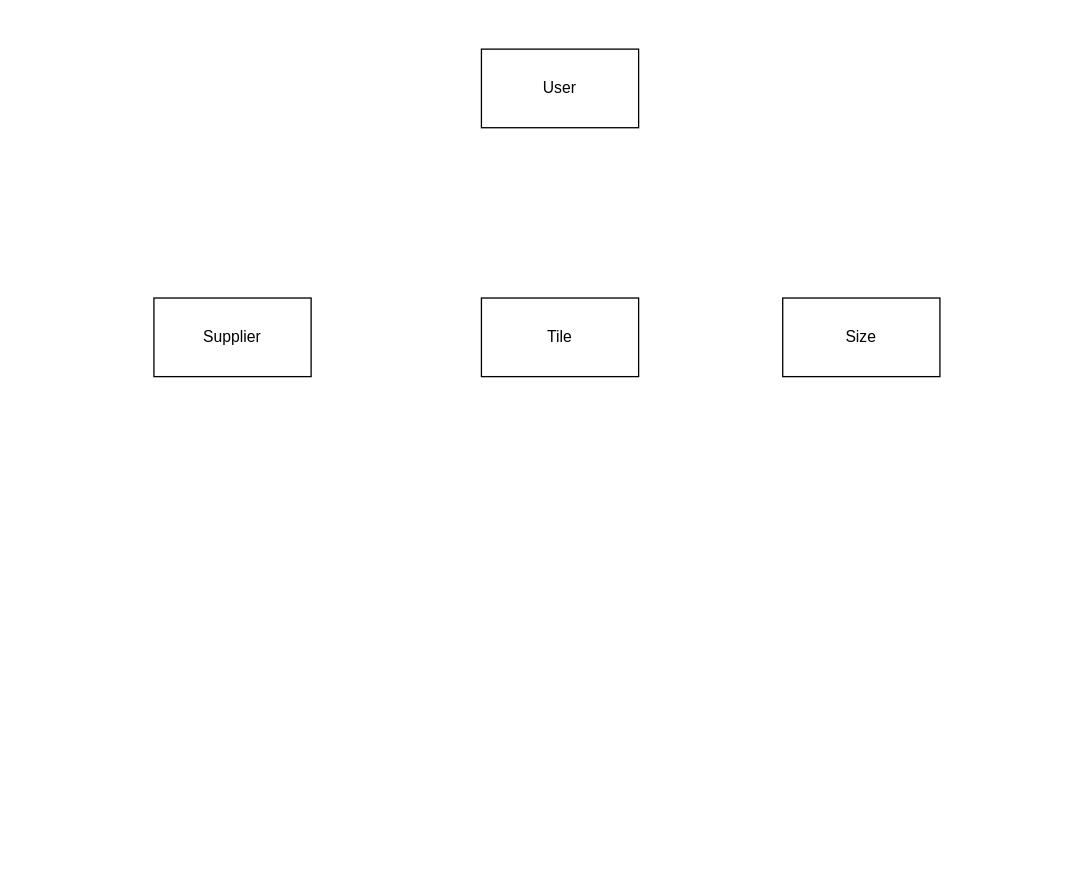
Above: page "ERD" (2 of 2) of docs/dodor-app-diagrams.drawio in HoussemDodor/dodor-app (draw.io), before the change. Source tidied: cells renumbered, new cells numbered last; positions are measured from the earlier drawing's top-left corner, leaving out a move shared by most shapes. Both pictures are drawn from the tidied source at 131%, with x=0, y=0 at pixel (153, 48).
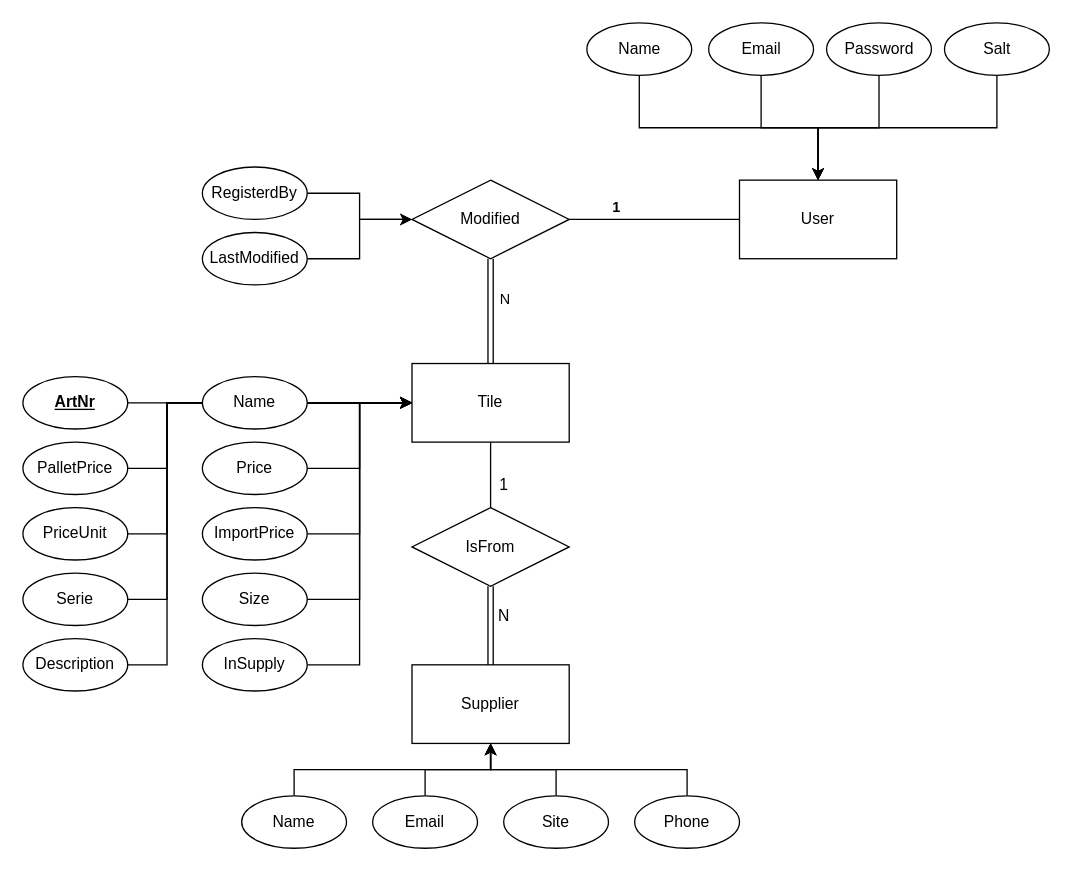
Above is the later version.

Diff of the diagram source:
```diff
@@
+    <mxCell id="6" style="edgeStyle=orthogonalEdgeStyle;rounded=0;jettySize=auto;html=1;exitX=1;exitY=0.5;exitDx=0;exitDy=0;entryX=0;entryY=0.5;entryDx=0;entryDy=0;" parent="1" edge="1" source="42" target="4">
+      <mxGeometry relative="1" as="geometry">
+        <Array as="points">
+          <mxPoint x="10" y="420" />
+          <mxPoint x="10" y="270" />
+        </Array>
+      </mxGeometry>
+    </mxCell>
+    <mxCell id="7" style="edgeStyle=orthogonalEdgeStyle;rounded=0;jettySize=auto;html=1;exitX=1;exitY=0.5;exitDx=0;exitDy=0;entryX=0;entryY=0.5;entryDx=0;entryDy=0;" parent="1" edge="1" source="43" target="4">
+      <mxGeometry relative="1" as="geometry">
+        <Array as="points">
+          <mxPoint x="10" y="470" />
+          <mxPoint x="10" y="270" />
+        </Array>
+      </mxGeometry>
+    </mxCell>
+    <mxCell id="8" style="edgeStyle=orthogonalEdgeStyle;rounded=0;jettySize=auto;html=1;exitX=1;exitY=0.5;exitDx=0;exitDy=0;" parent="1" edge="1" source="44" target="4">
+      <mxGeometry relative="1" as="geometry" />
+    </mxCell>
+    <mxCell id="9" style="edgeStyle=orthogonalEdgeStyle;rounded=0;jettySize=auto;html=1;exitX=1;exitY=0.5;exitDx=0;exitDy=0;" parent="1" edge="1" source="45" target="4">
+      <mxGeometry relative="1" as="geometry">
+        <Array as="points">
+          <mxPoint x="10" y="320" />
+          <mxPoint x="10" y="270" />
+        </Array>
+      </mxGeometry>
+    </mxCell>
+    <mxCell id="10" style="edgeStyle=orthogonalEdgeStyle;rounded=0;jettySize=auto;html=1;exitX=1;exitY=0.5;exitDx=0;exitDy=0;entryX=0;entryY=0.5;entryDx=0;entryDy=0;" parent="1" edge="1" source="46" target="4">
+      <mxGeometry relative="1" as="geometry">
+        <Array as="points">
+          <mxPoint x="10" y="370" />
+          <mxPoint x="10" y="270" />
+        </Array>
+      </mxGeometry>
+    </mxCell>
     <mxCell id="2" value="User" style="rounded=0;whiteSpace=wrap;html=1;" parent="1" vertex="1">
-      <mxGeometry x="250" width="120" height="60" as="geometry" />
+      <mxGeometry x="447" y="100" width="120" height="60" as="geometry" />
     </mxCell>
     <mxCell id="3" value="Supplier" style="rounded=0;whiteSpace=wrap;html=1;" parent="1" vertex="1">
-      <mxGeometry y="190" width="120" height="60" as="geometry" />
+      <mxGeometry x="197" y="470" width="120" height="60" as="geometry" />
     </mxCell>
     <mxCell id="4" value="Tile" style="rounded=0;whiteSpace=wrap;html=1;" parent="1" vertex="1">
-      <mxGeometry x="250" y="190" width="120" height="60" as="geometry" />
+      <mxGeometry x="197" y="240" width="120" height="60" as="geometry" />
     </mxCell>
+    <mxCell id="11" style="edgeStyle=orthogonalEdgeStyle;rounded=0;jettySize=auto;html=1;exitX=1;exitY=0.5;exitDx=0;exitDy=0;" parent="1" edge="1" source="12" target="4">
+      <mxGeometry relative="1" as="geometry" />
+    </mxCell>
+    <mxCell id="12" value="Name" style="ellipse;whiteSpace=wrap;html=1;" parent="1" vertex="1">
+      <mxGeometry x="37" y="250" width="80" height="40" as="geometry" />
+    </mxCell>
+    <mxCell id="13" style="edgeStyle=orthogonalEdgeStyle;rounded=0;jettySize=auto;html=1;exitX=1;exitY=0.5;exitDx=0;exitDy=0;entryX=0;entryY=0.5;entryDx=0;entryDy=0;" parent="1" edge="1" source="14" target="4">
+      <mxGeometry relative="1" as="geometry" />
+    </mxCell>
+    <mxCell id="14" value="Price" style="ellipse;whiteSpace=wrap;html=1;" parent="1" vertex="1">
+      <mxGeometry x="37" y="300" width="80" height="40" as="geometry" />
+    </mxCell>
+    <mxCell id="15" style="edgeStyle=orthogonalEdgeStyle;rounded=0;jettySize=auto;html=1;exitX=1;exitY=0.5;exitDx=0;exitDy=0;entryX=0;entryY=0.5;entryDx=0;entryDy=0;" parent="1" edge="1" source="16" target="4">
+      <mxGeometry relative="1" as="geometry" />
+    </mxCell>
+    <mxCell id="16" value="ImportPrice" style="ellipse;whiteSpace=wrap;html=1;" parent="1" vertex="1">
+      <mxGeometry x="37" y="350" width="80" height="40" as="geometry" />
+    </mxCell>
+    <mxCell id="17" style="edgeStyle=orthogonalEdgeStyle;rounded=0;jettySize=auto;html=1;exitX=1;exitY=0.5;exitDx=0;exitDy=0;entryX=0;entryY=0.5;entryDx=0;entryDy=0;" parent="1" edge="1" source="5" target="4">
+      <mxGeometry relative="1" as="geometry" />
+    </mxCell>
-    <mxCell id="5" value="Size" style="rounded=0;whiteSpace=wrap;html=1;" parent="1" vertex="1">
-      <mxGeometry x="480" y="190" width="120" height="60" as="geometry" />
+    <mxCell id="5" value="Size" style="ellipse;whiteSpace=wrap;html=1;" parent="1" vertex="1">
+      <mxGeometry x="37" y="400" width="80" height="40" as="geometry" />
     </mxCell>
+    <mxCell id="18" style="edgeStyle=orthogonalEdgeStyle;rounded=0;jettySize=auto;html=1;exitX=1;exitY=0.5;exitDx=0;exitDy=0;entryX=0;entryY=0.5;entryDx=0;entryDy=0;" parent="1" edge="1" source="19" target="4">
+      <mxGeometry relative="1" as="geometry" />
+    </mxCell>
+    <mxCell id="19" value="InSupply" style="ellipse;whiteSpace=wrap;html=1;" parent="1" vertex="1">
+      <mxGeometry x="37" y="450" width="80" height="40" as="geometry" />
+    </mxCell>
+    <mxCell id="20" style="edgeStyle=orthogonalEdgeStyle;rounded=0;jettySize=auto;html=1;exitX=0.5;exitY=1;exitDx=0;exitDy=0;entryX=0.5;entryY=0;entryDx=0;entryDy=0;endArrow=none;endFill=0;shape=link;fontStyle=1;" parent="1" edge="1" source="22" target="4">
+      <mxGeometry relative="1" as="geometry" />
+    </mxCell>
+    <mxCell id="21" value="N" style="edgeLabel;html=1;align=center;verticalAlign=middle;" parent="20" vertex="1">
+      <mxGeometry x="-0.15" y="4" relative="1" as="geometry">
+        <mxPoint x="6" y="-4" as="offset" />
+      </mxGeometry>
+    </mxCell>
+    <mxCell id="22" value="Modified" style="rhombus;whiteSpace=wrap;html=1;" parent="1" vertex="1">
+      <mxGeometry x="197" y="100" width="120" height="60" as="geometry" />
+    </mxCell>
+    <mxCell id="23" style="edgeStyle=orthogonalEdgeStyle;rounded=0;jettySize=auto;html=1;exitX=1;exitY=0.5;exitDx=0;exitDy=0;entryX=0;entryY=0.5;entryDx=0;entryDy=0;" parent="1" edge="1" source="24" target="22">
+      <mxGeometry relative="1" as="geometry" />
+    </mxCell>
+    <mxCell id="24" value="RegisterdBy" style="ellipse;whiteSpace=wrap;html=1;" parent="1" vertex="1">
+      <mxGeometry x="37" y="90" width="80" height="40" as="geometry" />
+    </mxCell>
+    <mxCell id="25" style="edgeStyle=orthogonalEdgeStyle;rounded=0;jettySize=auto;html=1;exitX=1;exitY=0.5;exitDx=0;exitDy=0;entryX=0;entryY=0.5;entryDx=0;entryDy=0;" parent="1" edge="1" source="26" target="22">
+      <mxGeometry relative="1" as="geometry" />
+    </mxCell>
+    <mxCell id="26" value="LastModified" style="ellipse;whiteSpace=wrap;html=1;" parent="1" vertex="1">
+      <mxGeometry x="37" y="140" width="80" height="40" as="geometry" />
+    </mxCell>
+    <mxCell id="27" style="edgeStyle=orthogonalEdgeStyle;rounded=0;jettySize=auto;html=1;exitX=0;exitY=0.5;exitDx=0;exitDy=0;entryX=1;entryY=0.5;entryDx=0;entryDy=0;endArrow=none;endFill=0;" parent="1" edge="1" source="2" target="22">
+      <mxGeometry relative="1" as="geometry" />
+    </mxCell>
+    <mxCell id="28" value="&lt;b&gt;1&lt;/b&gt;" style="edgeLabel;html=1;align=center;verticalAlign=middle;" parent="1" vertex="1">
+      <mxGeometry x="267" y="200" as="geometry">
+        <mxPoint x="85" y="-80" as="offset" />
+      </mxGeometry>
+    </mxCell>
+    <mxCell id="29" style="edgeStyle=orthogonalEdgeStyle;rounded=0;jettySize=auto;html=1;exitX=0.5;exitY=0;exitDx=0;exitDy=0;entryX=0.5;entryY=1;entryDx=0;entryDy=0;" parent="1" edge="1" source="30" target="3">
+      <mxGeometry relative="1" as="geometry" />
+    </mxCell>
+    <mxCell id="30" value="Name" style="ellipse;whiteSpace=wrap;html=1;" parent="1" vertex="1">
+      <mxGeometry x="67" y="570" width="80" height="40" as="geometry" />
+    </mxCell>
+    <mxCell id="31" style="edgeStyle=orthogonalEdgeStyle;rounded=0;jettySize=auto;html=1;exitX=0.5;exitY=0;exitDx=0;exitDy=0;" parent="1" edge="1" source="32" target="3">
+      <mxGeometry relative="1" as="geometry" />
+    </mxCell>
+    <mxCell id="32" value="Email" style="ellipse;whiteSpace=wrap;html=1;" parent="1" vertex="1">
+      <mxGeometry x="167" y="570" width="80" height="40" as="geometry" />
+    </mxCell>
+    <mxCell id="33" style="edgeStyle=orthogonalEdgeStyle;rounded=0;jettySize=auto;html=1;exitX=0.5;exitY=0;exitDx=0;exitDy=0;" parent="1" edge="1" source="34" target="3">
+      <mxGeometry relative="1" as="geometry" />
+    </mxCell>
+    <mxCell id="34" value="Site" style="ellipse;whiteSpace=wrap;html=1;" parent="1" vertex="1">
+      <mxGeometry x="267" y="570" width="80" height="40" as="geometry" />
+    </mxCell>
+    <mxCell id="35" style="edgeStyle=orthogonalEdgeStyle;rounded=0;jettySize=auto;html=1;exitX=0.5;exitY=0;exitDx=0;exitDy=0;" parent="1" edge="1" source="36" target="3">
+      <mxGeometry relative="1" as="geometry" />
+    </mxCell>
+    <mxCell id="36" value="Phone" style="ellipse;whiteSpace=wrap;html=1;" parent="1" vertex="1">
+      <mxGeometry x="367" y="570" width="80" height="40" as="geometry" />
+    </mxCell>
+    <mxCell id="37" style="edgeStyle=orthogonalEdgeStyle;rounded=0;jettySize=auto;html=1;exitX=0.5;exitY=0;exitDx=0;exitDy=0;endArrow=none;endFill=0;" parent="1" edge="1" source="39" target="4">
+      <mxGeometry relative="1" as="geometry" />
+    </mxCell>
+    <mxCell id="38" style="edgeStyle=orthogonalEdgeStyle;rounded=0;jettySize=auto;html=1;exitX=0.5;exitY=1;exitDx=0;exitDy=0;shape=link;" parent="1" edge="1" source="39" target="3">
+      <mxGeometry relative="1" as="geometry" />
+    </mxCell>
+    <mxCell id="39" value="IsFrom" style="rhombus;whiteSpace=wrap;html=1;" parent="1" vertex="1">
+      <mxGeometry x="197" y="350" width="120" height="60" as="geometry" />
+    </mxCell>
+    <mxCell id="40" value="1" style="text;html=1;align=center;verticalAlign=middle;strokeColor=none;fillColor=none;" parent="1" vertex="1">
+      <mxGeometry x="252" y="318" width="30" height="30" as="geometry" />
+    </mxCell>
+    <mxCell id="41" value="N" style="text;html=1;align=center;verticalAlign=middle;strokeColor=none;fillColor=none;" parent="1" vertex="1">
+      <mxGeometry x="252" y="418" width="30" height="30" as="geometry" />
+    </mxCell>
+    <mxCell id="42" value="Serie" style="ellipse;whiteSpace=wrap;html=1;" parent="1" vertex="1">
+      <mxGeometry x="-100" y="400" width="80" height="40" as="geometry" />
+    </mxCell>
+    <mxCell id="43" value="Description" style="ellipse;whiteSpace=wrap;html=1;" parent="1" vertex="1">
+      <mxGeometry x="-100" y="450" width="80" height="40" as="geometry" />
+    </mxCell>
+    <mxCell id="44" value="&lt;b&gt;&lt;u&gt;ArtNr&lt;/u&gt;&lt;/b&gt;" style="ellipse;whiteSpace=wrap;html=1;" parent="1" vertex="1">
+      <mxGeometry x="-100" y="250" width="80" height="40" as="geometry" />
+    </mxCell>
+    <mxCell id="45" value="PalletPrice" style="ellipse;whiteSpace=wrap;html=1;" parent="1" vertex="1">
+      <mxGeometry x="-100" y="300" width="80" height="40" as="geometry" />
+    </mxCell>
+    <mxCell id="46" value="PriceUnit" style="ellipse;whiteSpace=wrap;html=1;" parent="1" vertex="1">
+      <mxGeometry x="-100" y="350" width="80" height="40" as="geometry" />
+    </mxCell>
+    <mxCell id="47" style="edgeStyle=orthogonalEdgeStyle;rounded=0;jettySize=auto;html=1;exitX=0.5;exitY=1;exitDx=0;exitDy=0;" parent="1" edge="1" source="48" target="2">
+      <mxGeometry relative="1" as="geometry" />
+    </mxCell>
+    <mxCell id="48" value="Name" style="ellipse;whiteSpace=wrap;html=1;" parent="1" vertex="1">
+      <mxGeometry x="330.5" y="-20" width="80" height="40" as="geometry" />
+    </mxCell>
+    <mxCell id="49" style="edgeStyle=orthogonalEdgeStyle;rounded=0;jettySize=auto;html=1;exitX=0.5;exitY=1;exitDx=0;exitDy=0;" parent="1" edge="1" source="50" target="2">
+      <mxGeometry relative="1" as="geometry" />
+    </mxCell>
+    <mxCell id="50" value="Email" style="ellipse;whiteSpace=wrap;html=1;" parent="1" vertex="1">
+      <mxGeometry x="423.5" y="-20" width="80" height="40" as="geometry" />
+    </mxCell>
+    <mxCell id="51" style="edgeStyle=orthogonalEdgeStyle;rounded=0;jettySize=auto;html=1;exitX=0.5;exitY=1;exitDx=0;exitDy=0;" parent="1" edge="1" source="52" target="2">
+      <mxGeometry relative="1" as="geometry" />
+    </mxCell>
+    <mxCell id="52" value="Password" style="ellipse;whiteSpace=wrap;html=1;" parent="1" vertex="1">
+      <mxGeometry x="513.5" y="-20" width="80" height="40" as="geometry" />
+    </mxCell>
+    <mxCell id="53" style="edgeStyle=orthogonalEdgeStyle;rounded=0;jettySize=auto;html=1;exitX=0.5;exitY=1;exitDx=0;exitDy=0;" parent="1" edge="1" source="54" target="2">
+      <mxGeometry relative="1" as="geometry" />
+    </mxCell>
+    <mxCell id="54" value="Salt" style="ellipse;whiteSpace=wrap;html=1;" parent="1" vertex="1">
+      <mxGeometry x="603.5" y="-20" width="80" height="40" as="geometry" />
+    </mxCell>
```
